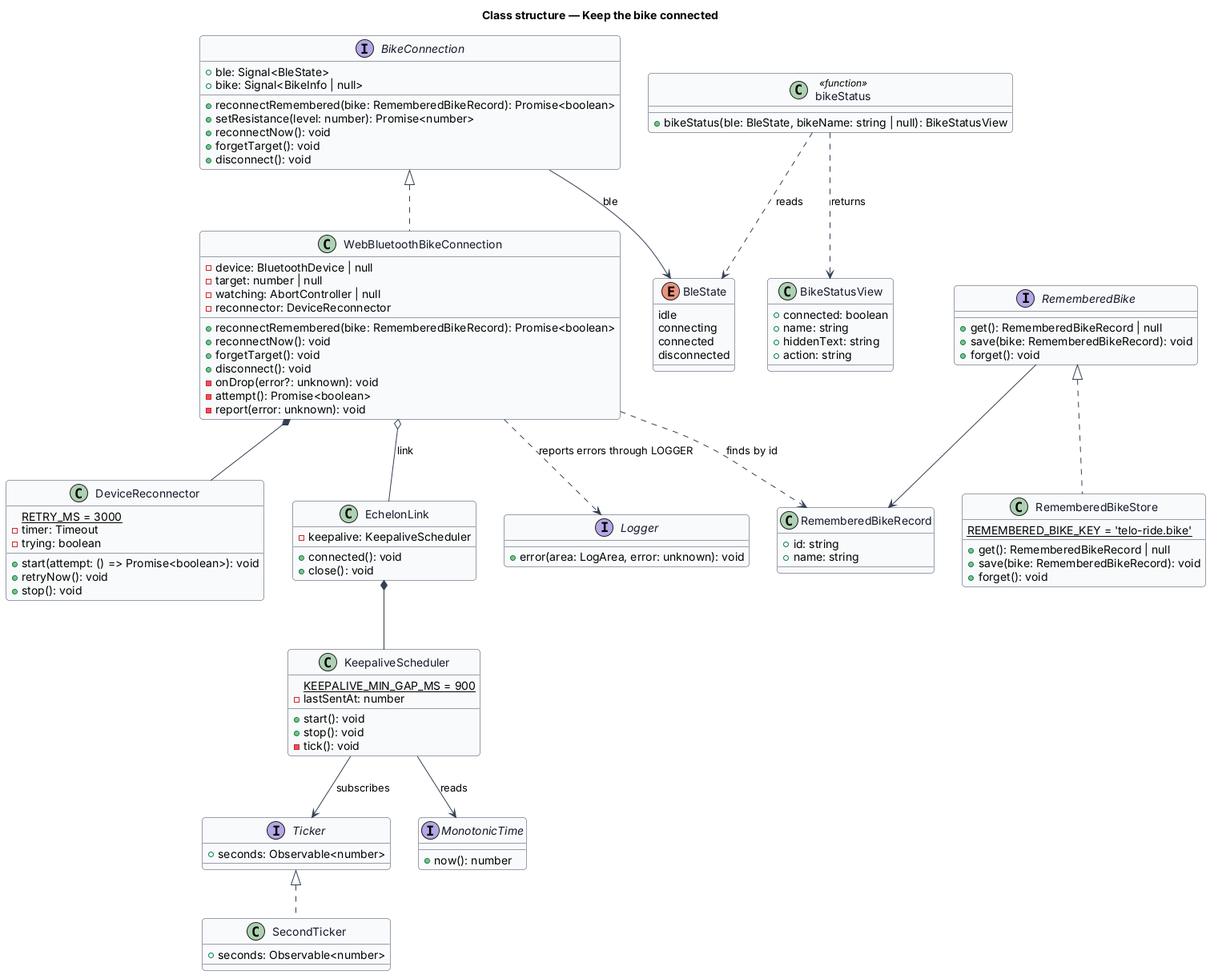
Earlier version of the PlantUML export docs/detailed-designs/bike/keep-the-bike-connected/diagrams/class-structure.png (QuinntyneBrown/ride-one). The source it was exported from:
```plantuml
@startuml
skinparam backgroundColor #FFFFFF
skinparam shadowing false
skinparam roundcorner 8
skinparam defaultFontName Arial
skinparam ArrowColor #344054
skinparam class {
  BorderColor #344054
  FontColor #101828
  BackgroundColor #F9FAFB
}
title Class structure — Keep the bike connected

interface BikeConnection {
  +ble: Signal<BleState>
  +bike: Signal<BikeInfo | null>
  +reconnectRemembered(bike: RememberedBikeRecord): Promise<boolean>
  +setResistance(level: number): Promise<number>
  +reconnectNow(): void
  +forgetTarget(): void
  +disconnect(): void
}
enum BleState {
  idle
  connecting
  connected
  disconnected
}

class WebBluetoothBikeConnection {
  -device: BluetoothDevice | null
  -target: number | null
  -watching: AbortController | null
  -reconnector: DeviceReconnector
  +reconnectRemembered(bike: RememberedBikeRecord): Promise<boolean>
  +reconnectNow(): void
  +forgetTarget(): void
  +disconnect(): void
  -onDrop(error?: unknown): void
  -attempt(): Promise<boolean>
  -report(error: unknown): void
}

class DeviceReconnector {
  {static} RETRY_MS = 3000
  -timer: Timeout
  -trying: boolean
  +start(attempt: () => Promise<boolean>): void
  +retryNow(): void
  +stop(): void
}

class EchelonLink {
  -keepalive: KeepaliveScheduler
  +connected(): void
  +close(): void
}

class KeepaliveScheduler {
  {static} KEEPALIVE_MIN_GAP_MS = 900
  -lastSentAt: number
  +start(): void
  +stop(): void
  -tick(): void
}

interface Ticker {
  +seconds: Observable<number>
}

interface MonotonicTime {
  +now(): number
}

class SecondTicker {
  +seconds: Observable<number>
}

interface RememberedBike {
  +get(): RememberedBikeRecord | null
  +save(bike: RememberedBikeRecord): void
  +forget(): void
}

class RememberedBikeRecord {
  +id: string
  +name: string
}

class RememberedBikeStore {
  {static} REMEMBERED_BIKE_KEY = 'telo-ride.bike'
  +get(): RememberedBikeRecord | null
  +save(bike: RememberedBikeRecord): void
  +forget(): void
}

class BikeStatusView {
  +connected: boolean
  +name: string
  +hiddenText: string
  +action: string
}

class "bikeStatus" as bikeStatus <<function>> {
  +bikeStatus(ble: BleState, bikeName: string | null): BikeStatusView
}

interface Logger {
  +error(area: LogArea, error: unknown): void
}

BikeConnection <|.. WebBluetoothBikeConnection
BikeConnection --> BleState : ble
WebBluetoothBikeConnection *-- DeviceReconnector
WebBluetoothBikeConnection o-- EchelonLink : link
WebBluetoothBikeConnection ..> Logger : reports errors through LOGGER
WebBluetoothBikeConnection ..> RememberedBikeRecord : finds by id
EchelonLink *-- KeepaliveScheduler
KeepaliveScheduler --> Ticker : subscribes
KeepaliveScheduler --> MonotonicTime : reads
Ticker <|.. SecondTicker
RememberedBike <|.. RememberedBikeStore
RememberedBike --> RememberedBikeRecord
bikeStatus ..> BleState : reads
bikeStatus ..> BikeStatusView : returns
@enduml
```
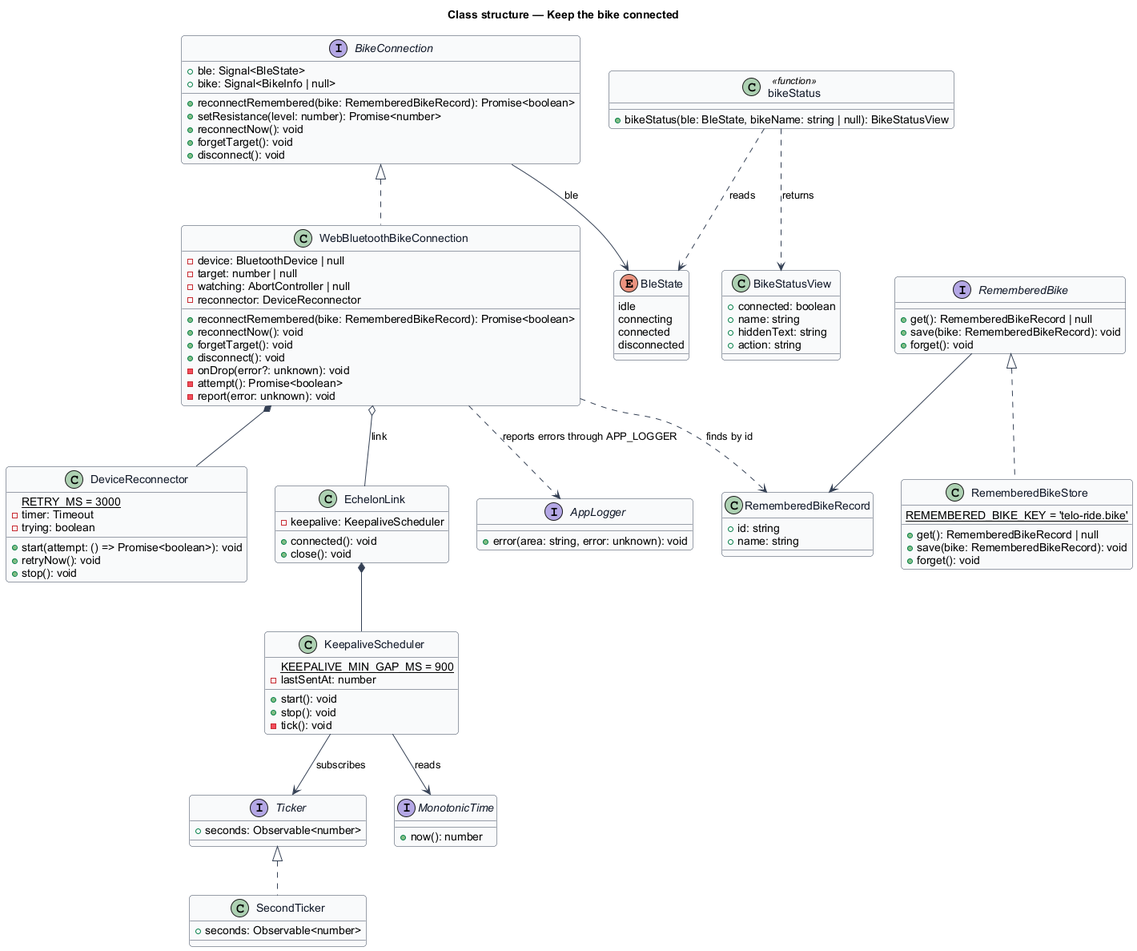
Later version of the same file.

The edit, as a diff of the source:
```diff
@@ -105,15 +105,15 @@
   +bikeStatus(ble: BleState, bikeName: string | null): BikeStatusView
 }
 
-interface Logger {
-  +error(area: LogArea, error: unknown): void
+interface AppLogger {
+  +error(area: string, error: unknown): void
 }
 
 BikeConnection <|.. WebBluetoothBikeConnection
 BikeConnection --> BleState : ble
 WebBluetoothBikeConnection *-- DeviceReconnector
 WebBluetoothBikeConnection o-- EchelonLink : link
-WebBluetoothBikeConnection ..> Logger : reports errors through LOGGER
+WebBluetoothBikeConnection ..> AppLogger : reports errors through APP_LOGGER
 WebBluetoothBikeConnection ..> RememberedBikeRecord : finds by id
 EchelonLink *-- KeepaliveScheduler
 KeepaliveScheduler --> Ticker : subscribes
```
